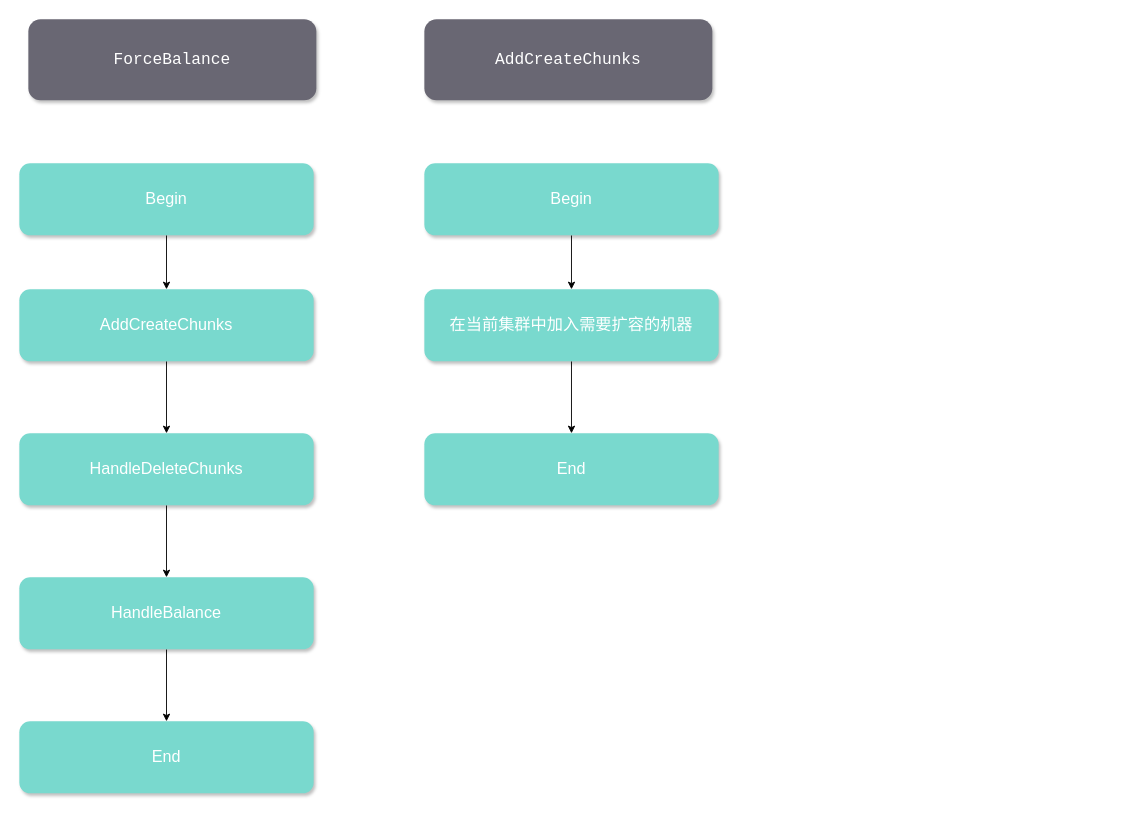
Above: page "balance算法架构" (1 of 6) of Untitled Diagram.drawio in xunsongzhu/lbs-testcase (draw.io), before the change. Source tidied: cells renumbered, new cells numbered last; positions are measured from the earlier drawing's top-left corner, leaving out a move shared by most shapes. Both pictures are drawn from the tidied source at 90%, with x=0, y=0 at pixel (19, 19).
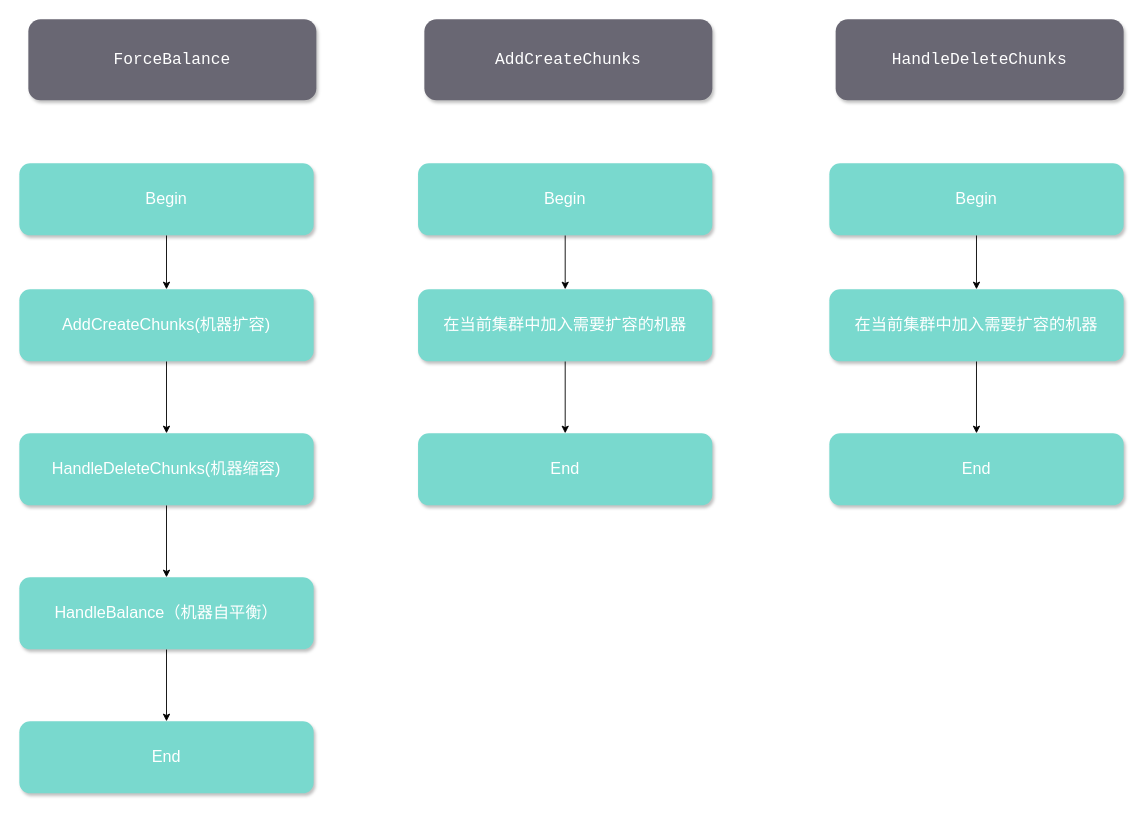
After the change.

What changed in the source:
```diff
@@
-    <mxCell id="3" value="&lt;font style=&quot;font-size: 18px&quot;&gt;AddCreateChunks&lt;/font&gt;" style="rounded=1;whiteSpace=wrap;html=1;fillColor=#79d9ce;strokeColor=none;shadow=1;glass=0;comic=0;gradientColor=none;fontColor=#FFFFFF;" parent="1" vertex="1">
+    <mxCell id="3" value="&lt;font style=&quot;font-size: 18px&quot;&gt;AddCreateChunks(机器扩容)&lt;/font&gt;" style="rounded=1;whiteSpace=wrap;html=1;fillColor=#79d9ce;strokeColor=none;shadow=1;glass=0;comic=0;gradientColor=none;fontColor=#FFFFFF;" parent="1" vertex="1">
       <mxGeometry y="300" width="327" height="80" as="geometry" />
     </mxCell>
@@
-    <mxCell id="5" value="&lt;font style=&quot;font-size: 18px&quot;&gt;HandleDeleteChunks&lt;/font&gt;" style="rounded=1;whiteSpace=wrap;html=1;fillColor=#79d9ce;strokeColor=none;shadow=1;glass=0;comic=0;gradientColor=none;fontColor=#FFFFFF;" parent="1" vertex="1">
+    <mxCell id="5" value="&lt;font style=&quot;font-size: 18px&quot;&gt;HandleDeleteChunks(机器缩容)&lt;/font&gt;" style="rounded=1;whiteSpace=wrap;html=1;fillColor=#79d9ce;strokeColor=none;shadow=1;glass=0;comic=0;gradientColor=none;fontColor=#FFFFFF;" parent="1" vertex="1">
       <mxGeometry y="460" width="327" height="80" as="geometry" />
     </mxCell>
@@
-    <mxCell id="7" value="&lt;font color=&quot;#ffffff&quot; style=&quot;font-size: 18px&quot;&gt;HandleBalance&lt;/font&gt;" style="rounded=1;whiteSpace=wrap;html=1;fillColor=#79d9ce;strokeColor=none;shadow=1;glass=0;comic=0;gradientColor=none;" parent="1" vertex="1">
+    <mxCell id="7" value="&lt;font color=&quot;#ffffff&quot; style=&quot;font-size: 18px&quot;&gt;HandleBalance（机器自平衡）&lt;/font&gt;" style="rounded=1;whiteSpace=wrap;html=1;fillColor=#79d9ce;strokeColor=none;shadow=1;glass=0;comic=0;gradientColor=none;" parent="1" vertex="1">
       <mxGeometry y="620" width="327" height="80" as="geometry" />
     </mxCell>
@@
     <mxCell id="14" value="&lt;font style=&quot;font-size: 18px&quot;&gt;Begin&lt;/font&gt;" style="rounded=1;whiteSpace=wrap;html=1;fillColor=#79d9ce;strokeColor=none;shadow=1;glass=0;comic=0;gradientColor=none;fontColor=#FFFFFF;" parent="1" vertex="1">
-      <mxGeometry x="450" y="160" width="327" height="80" as="geometry" />
+      <mxGeometry x="443" y="160" width="327" height="80" as="geometry" />
     </mxCell>
@@
     <mxCell id="16" value="&lt;span style=&quot;font-size: 18px&quot;&gt;在当前集群中加入需要扩容的机器&lt;/span&gt;" style="rounded=1;whiteSpace=wrap;html=1;fillColor=#79d9ce;strokeColor=none;shadow=1;glass=0;comic=0;gradientColor=none;fontColor=#FFFFFF;" parent="1" vertex="1">
-      <mxGeometry x="450" y="300" width="327" height="80" as="geometry" />
+      <mxGeometry x="443" y="300" width="327" height="80" as="geometry" />
     </mxCell>
     <mxCell id="17" value="&lt;span style=&quot;font-size: 18px&quot;&gt;End&lt;/span&gt;" style="rounded=1;whiteSpace=wrap;html=1;fillColor=#79d9ce;strokeColor=none;shadow=1;glass=0;comic=0;gradientColor=none;fontColor=#FFFFFF;" parent="1" vertex="1">
-      <mxGeometry x="450" y="460" width="327" height="80" as="geometry" />
+      <mxGeometry x="443" y="460" width="327" height="80" as="geometry" />
     </mxCell>
+    <mxCell id="18" style="edgeStyle=orthogonalEdgeStyle;rounded=0;jettySize=auto;html=1;fontSize=18;fontColor=#FFFFFF;" parent="1" edge="1" source="19" target="21">
+      <mxGeometry relative="1" as="geometry" />
+    </mxCell>
+    <mxCell id="19" value="&lt;font style=&quot;font-size: 18px&quot;&gt;Begin&lt;/font&gt;" style="rounded=1;whiteSpace=wrap;html=1;fillColor=#79d9ce;strokeColor=none;shadow=1;glass=0;comic=0;gradientColor=none;fontColor=#FFFFFF;" parent="1" vertex="1">
+      <mxGeometry x="900" y="160" width="327" height="80" as="geometry" />
+    </mxCell>
+    <mxCell id="20" style="edgeStyle=orthogonalEdgeStyle;rounded=0;jettySize=auto;html=1;fontSize=18;fontColor=#FFFFFF;" parent="1" edge="1" source="21" target="22">
+      <mxGeometry relative="1" as="geometry" />
+    </mxCell>
+    <mxCell id="21" value="&lt;span style=&quot;font-size: 18px&quot;&gt;在当前集群中加入需要扩容的机器&lt;/span&gt;" style="rounded=1;whiteSpace=wrap;html=1;fillColor=#79d9ce;strokeColor=none;shadow=1;glass=0;comic=0;gradientColor=none;fontColor=#FFFFFF;" parent="1" vertex="1">
+      <mxGeometry x="900" y="300" width="327" height="80" as="geometry" />
+    </mxCell>
+    <mxCell id="22" value="&lt;span style=&quot;font-size: 18px&quot;&gt;End&lt;/span&gt;" style="rounded=1;whiteSpace=wrap;html=1;fillColor=#79d9ce;strokeColor=none;shadow=1;glass=0;comic=0;gradientColor=none;fontColor=#FFFFFF;" parent="1" vertex="1">
+      <mxGeometry x="900" y="460" width="327" height="80" as="geometry" />
+    </mxCell>
+    <mxCell id="23" value="&lt;font style=&quot;font-size: 18px&quot;&gt;HandleDeleteChunks&lt;/font&gt;" style="rounded=1;whiteSpace=wrap;html=1;fillColor=#696773;strokeColor=none;shadow=1;glass=0;comic=0;gradientColor=none;fontFamily=Courier New;fontColor=#FFFFFF;" parent="1" vertex="1">
+      <mxGeometry x="907" width="320" height="90" as="geometry" />
+    </mxCell>
```
